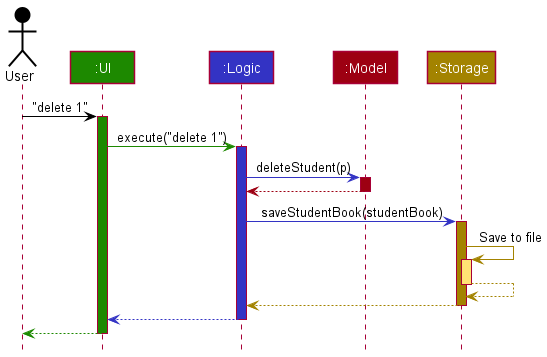
nus-cs2103-AY2122S2/tp keeps this PlantUML diagram as docs/images/ArchitectureSequenceDiagram.png. Above is the earlier version. Source of this version:
```plantuml
@startuml
!include style.puml

Actor User as user USER_COLOR
Participant ":UI" as ui UI_COLOR
Participant ":Logic" as logic LOGIC_COLOR
Participant ":Model" as model MODEL_COLOR
Participant ":Storage" as storage STORAGE_COLOR

user -[USER_COLOR]> ui : "delete 1"
activate ui UI_COLOR

ui -[UI_COLOR]> logic : execute("delete 1")
activate logic LOGIC_COLOR

logic -[LOGIC_COLOR]> model : deleteStudent(p)
activate model MODEL_COLOR

model -[MODEL_COLOR]-> logic
deactivate model

logic -[LOGIC_COLOR]> storage : saveStudentBook(studentBook)
activate storage STORAGE_COLOR

storage -[STORAGE_COLOR]> storage : Save to file
activate storage STORAGE_COLOR_T1
storage --[STORAGE_COLOR]> storage
deactivate storage

storage --[STORAGE_COLOR]> logic
deactivate storage

logic --[LOGIC_COLOR]> ui
deactivate logic

ui--[UI_COLOR]> user
deactivate ui
@enduml
```
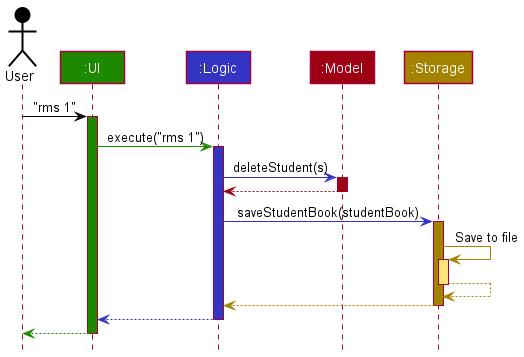
The same file after the commit.

Diff of the diagram source:
```diff
@@ -7,13 +7,13 @@
 Participant ":Model" as model MODEL_COLOR
 Participant ":Storage" as storage STORAGE_COLOR
 
-user -[USER_COLOR]> ui : "delete 1"
+user -[USER_COLOR]> ui : "rms 1"
 activate ui UI_COLOR
 
-ui -[UI_COLOR]> logic : execute("delete 1")
+ui -[UI_COLOR]> logic : execute("rms 1")
 activate logic LOGIC_COLOR
 
-logic -[LOGIC_COLOR]> model : deleteStudent(p)
+logic -[LOGIC_COLOR]> model : deleteStudent(s)
 activate model MODEL_COLOR
 
 model -[MODEL_COLOR]-> logic
```
